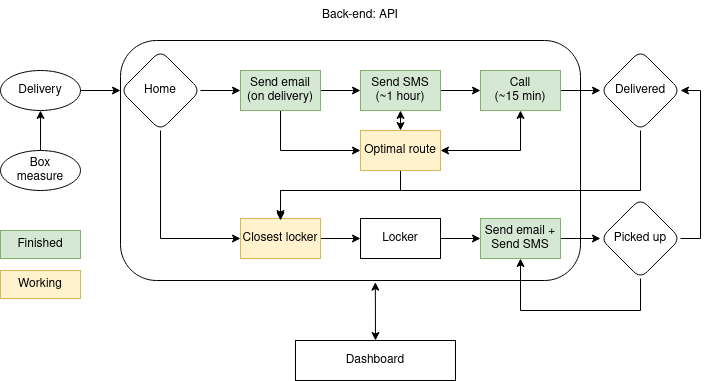
tamagusko/ai-transatlantic-hackathon keeps this draw.io diagram as docs/projectStructure.png. Above is the earlier version. Source tidied: cells renumbered, new cells last; positions are measured from the earlier drawing's top-left corner, leaving out a move shared by most shapes.
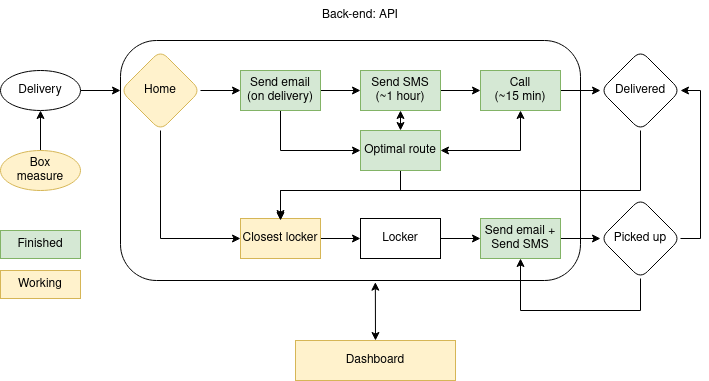
Later version of the same file.

Change to the diagram source:
```diff
@@ -35,7 +35,7 @@
     <mxCell id="12" style="edgeStyle=orthogonalEdgeStyle;rounded=0;jettySize=auto;html=1;exitX=0.5;exitY=1;exitDx=0;exitDy=0;entryX=0;entryY=0.5;entryDx=0;entryDy=0;" parent="1" edge="1" source="13" target="23">
       <mxGeometry relative="1" as="geometry" />
     </mxCell>
-    <mxCell id="13" value="Home" style="rhombus;whiteSpace=wrap;html=1;rounded=1;shadow=0;glass=0;sketch=0;" parent="1" vertex="1">
+    <mxCell id="13" value="Home" style="rhombus;whiteSpace=wrap;html=1;rounded=1;shadow=0;glass=0;sketch=0;fillColor=#fff2cc;strokeColor=#d6b656;" parent="1" vertex="1">
       <mxGeometry x="120" y="50" width="80" height="80" as="geometry" />
     </mxCell>
     <mxCell id="14" style="edgeStyle=orthogonalEdgeStyle;rounded=0;jettySize=auto;html=1;exitX=1;exitY=0.5;exitDx=0;exitDy=0;entryX=0;entryY=0.5;entryDx=0;entryDy=0;" parent="1" edge="1" source="16" target="19">
@@ -100,7 +100,7 @@
     <mxCell id="29" value="&lt;span class=&quot;VIiyi&quot; lang=&quot;en&quot;&gt;&lt;span class=&quot;JLqJ4b ChMk0b&quot;&gt;&lt;span class=&quot;Q4iAWc&quot;&gt;Picked up&lt;/span&gt;&lt;/span&gt;&lt;/span&gt;" style="rhombus;whiteSpace=wrap;html=1;rounded=1;shadow=0;glass=0;sketch=0;fillColor=none;" parent="1" vertex="1">
       <mxGeometry x="600" y="198" width="80" height="80" as="geometry" />
     </mxCell>
-    <mxCell id="30" value="&lt;div&gt;Dashboard&lt;/div&gt;" style="rounded=0;whiteSpace=wrap;html=1;" parent="1" vertex="1">
+    <mxCell id="30" value="&lt;div&gt;Dashboard&lt;/div&gt;" style="rounded=0;whiteSpace=wrap;html=1;fillColor=#fff2cc;strokeColor=#d6b656;" parent="1" vertex="1">
       <mxGeometry x="295" y="340" width="160" height="40" as="geometry" />
     </mxCell>
     <mxCell id="31" style="endArrow=classic;startArrow=classic;html=1;rounded=0;entryX=0.554;entryY=1.007;entryDx=0;entryDy=0;entryPerimeter=0;exitX=0.5;exitY=0;exitDx=0;exitDy=0;" parent="1" edge="1" source="30" target="2">
@@ -118,13 +118,13 @@
         </Array>
       </mxGeometry>
     </mxCell>
-    <mxCell id="34" value="Optimal route" style="rounded=0;whiteSpace=wrap;html=1;fillColor=#fff2cc;strokeColor=#d6b656;" parent="1" vertex="1">
+    <mxCell id="34" value="Optimal route" style="rounded=0;whiteSpace=wrap;html=1;fillColor=#d5e8d4;strokeColor=#82b366;" parent="1" vertex="1">
       <mxGeometry x="360" y="130" width="80" height="40" as="geometry" />
     </mxCell>
     <mxCell id="35" style="edgeStyle=orthogonalEdgeStyle;rounded=0;jettySize=auto;html=1;entryX=0.5;entryY=1;entryDx=0;entryDy=0;" parent="1" edge="1" source="36" target="4">
       <mxGeometry relative="1" as="geometry" />
     </mxCell>
-    <mxCell id="36" value="&lt;div&gt;Box &lt;br&gt;&lt;/div&gt;&lt;div&gt;measure&lt;/div&gt;" style="ellipse;whiteSpace=wrap;html=1;" parent="1" vertex="1">
+    <mxCell id="36" value="&lt;div&gt;Box &lt;br&gt;&lt;/div&gt;&lt;div&gt;measure&lt;/div&gt;" style="ellipse;whiteSpace=wrap;html=1;fillColor=#fff2cc;strokeColor=#d6b656;" parent="1" vertex="1">
       <mxGeometry y="150" width="80" height="40" as="geometry" />
     </mxCell>
   </root>
```
